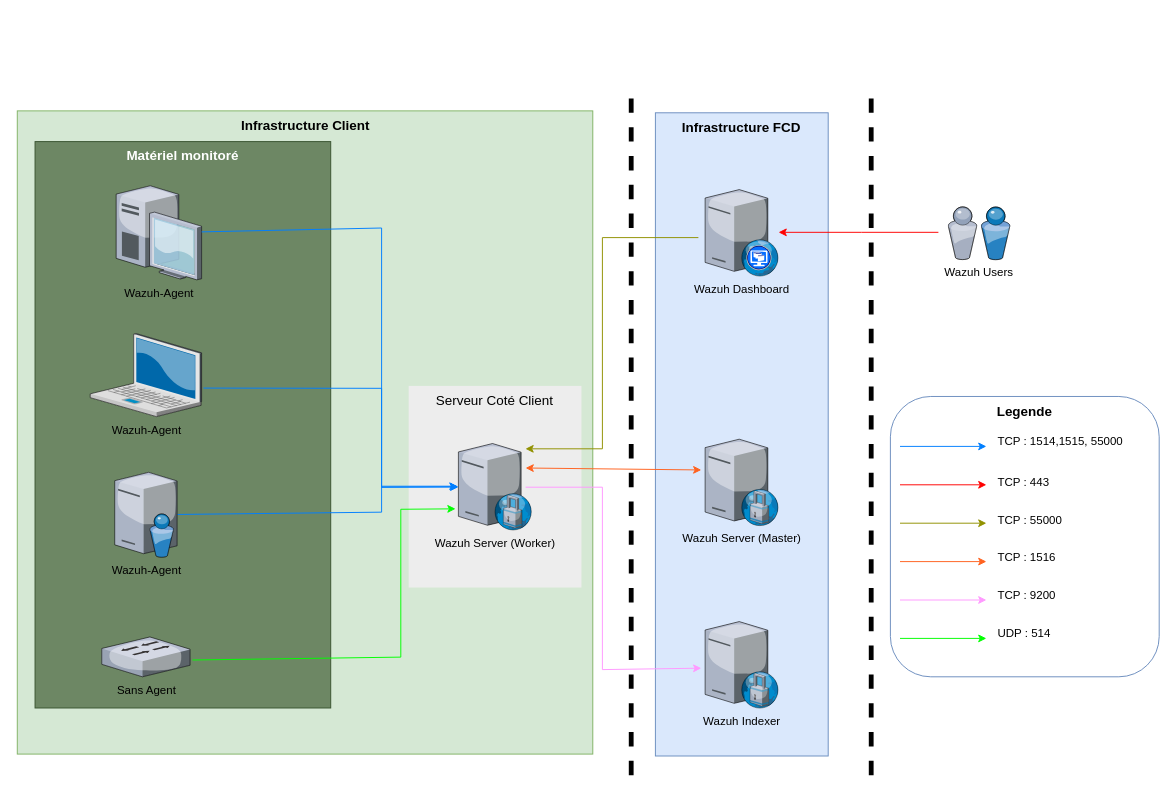
Before: Wazuh coté client.drawio in Melfice60/Wazuh, a draw.io diagram. Source tidied: cells renumbered, new cells numbered last; positions are measured from the earlier drawing's top-left corner, leaving out a move shared by most shapes. Both pictures are drawn from the tidied source at 96%, with x=0, y=0 at pixel (16, 93).
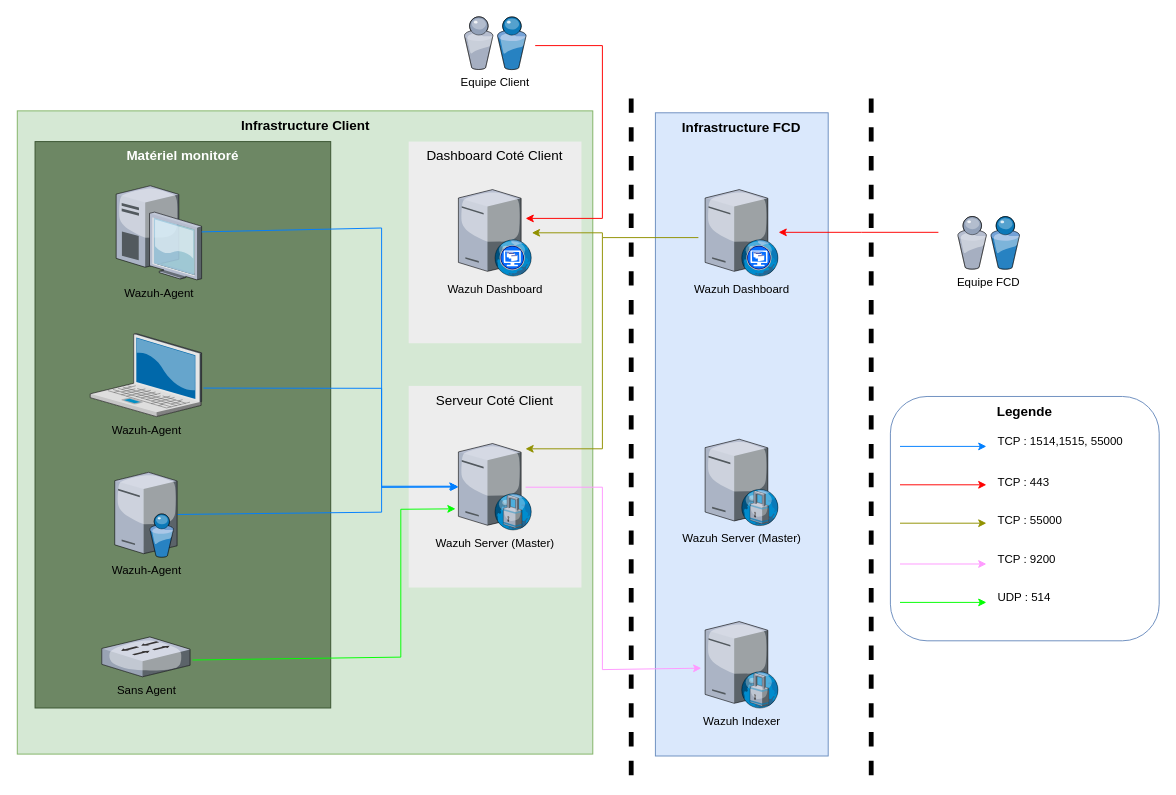
The same page after the edit.

Commit message:
Mettre à jour Wazuh coté client.drawio

The change refers to these unchanged cells:
```xml
<mxCell id="15" value="&lt;div style=&quot;font-size: 12px;&quot;&gt;Wazuh Server (Master)&lt;/div&gt;" style="verticalLabelPosition=bottom;html=1;verticalAlign=top;strokeColor=none;shape=mxgraph.citrix.proxy_server;fillColor=#66B2FF;gradientColor=#0066CC;fontSize=12;" parent="1" vertex="1">
  <mxGeometry x="717" y="360" width="76.5" height="90" as="geometry" />
</mxCell>
```

Diff of the diagram source:
```diff
@@
-    <mxCell id="8" value="&lt;div style=&quot;font-size: 12px;&quot;&gt;Wazuh Server (Worker)&lt;/div&gt;" style="verticalLabelPosition=bottom;html=1;verticalAlign=top;strokeColor=none;shape=mxgraph.citrix.proxy_server;fillColor=#66B2FF;gradientColor=#0066CC;fontSize=12;" parent="1" vertex="1">
+    <mxCell id="8" value="&lt;div style=&quot;font-size: 12px;&quot;&gt;Wazuh Server (Master)&lt;/div&gt;" style="verticalLabelPosition=bottom;html=1;verticalAlign=top;strokeColor=none;shape=mxgraph.citrix.proxy_server;fillColor=#66B2FF;gradientColor=#0066CC;fontSize=12;" parent="1" vertex="1">
       <mxGeometry x="460" y="364.5" width="76.5" height="90" as="geometry" />
     </mxCell>
@@
-    <mxCell id="16" style="endArrow=classic;startArrow=classic;html=1;rounded=0;fillColor=#e1d5e7;strokeColor=#FF621F;entryX=-0.052;entryY=0.356;entryDx=0;entryDy=0;entryPerimeter=0;" parent="1" edge="1" target="15">
-      <mxGeometry relative="1" as="geometry">
-        <mxPoint x="530" y="390" as="sourcePoint" />
-      </mxGeometry>
-    </mxCell>
@@
     <mxCell id="22" value="&lt;b&gt;Legende&lt;/b&gt;" style="whiteSpace=wrap;html=1;fillColor=none;fontSize=14;strokeColor=#6c8ebf;verticalAlign=top;rounded=1;" parent="1" vertex="1">
-      <mxGeometry x="910" y="315.5" width="280" height="292" as="geometry" />
+      <mxGeometry x="910" y="315.5" width="280" height="254.5" as="geometry" />
     </mxCell>
@@
-    <mxCell id="26" style="endArrow=classic;startArrow=none;html=1;rounded=0;fontColor=#007FFF;strokeColor=#FF621F;startFill=0;" parent="1" edge="1">
-      <mxGeometry relative="1" as="geometry">
-        <mxPoint x="920" y="487.5" as="sourcePoint" />
-        <mxPoint x="1010" y="487.5" as="targetPoint" />
-      </mxGeometry>
-    </mxCell>
     <mxCell id="27" style="endArrow=classic;startArrow=none;html=1;rounded=0;fontColor=#007FFF;strokeColor=#FF99FF;startFill=0;" parent="1" edge="1">
       <mxGeometry relative="1" as="geometry">
-        <mxPoint x="920" y="527.5" as="sourcePoint" />
-        <mxPoint x="1010" y="527.5" as="targetPoint" />
+        <mxPoint x="920" y="490" as="sourcePoint" />
+        <mxPoint x="1010" y="490" as="targetPoint" />
       </mxGeometry>
     </mxCell>
     <mxCell id="28" style="endArrow=classic;startArrow=none;html=1;rounded=0;fontColor=#007FFF;strokeColor=#00FF00;startFill=0;" parent="1" edge="1">
       <mxGeometry relative="1" as="geometry">
-        <mxPoint x="920" y="567.5" as="sourcePoint" />
-        <mxPoint x="1010" y="567.5" as="targetPoint" />
+        <mxPoint x="920" y="530" as="sourcePoint" />
+        <mxPoint x="1010" y="530" as="targetPoint" />
       </mxGeometry>
     </mxCell>
@@
-    <mxCell id="32" value="TCP : 1516" style="text;html=1;align=left;verticalAlign=middle;whiteSpace=wrap;rounded=0;" parent="1" vertex="1">
-      <mxGeometry x="1020" y="467.5" width="140" height="30" as="geometry" />
-    </mxCell>
     <mxCell id="33" value="TCP : 9200" style="text;html=1;align=left;verticalAlign=middle;whiteSpace=wrap;rounded=0;" parent="1" vertex="1">
-      <mxGeometry x="1020" y="507.5" width="140" height="30" as="geometry" />
+      <mxGeometry x="1020" y="470" width="140" height="30" as="geometry" />
     </mxCell>
     <mxCell id="34" value="UDP : 514" style="text;html=1;align=left;verticalAlign=middle;whiteSpace=wrap;rounded=0;" parent="1" vertex="1">
-      <mxGeometry x="1020" y="547.5" width="140" height="30" as="geometry" />
+      <mxGeometry x="1020" y="510" width="140" height="30" as="geometry" />
     </mxCell>
@@
-    <mxCell id="37" value="Wazuh Users" style="verticalLabelPosition=bottom;sketch=0;html=1;verticalAlign=top;strokeColor=none;align=center;shape=mxgraph.citrix.users;" parent="1" vertex="1">
-      <mxGeometry x="970" y="118" width="64.5" height="55" as="geometry" />
+    <mxCell id="37" value="Equipe Client" style="verticalLabelPosition=bottom;sketch=0;html=1;verticalAlign=top;strokeColor=none;align=center;shape=mxgraph.citrix.users;" parent="1" vertex="1">
+      <mxGeometry x="466" y="-80" width="64.5" height="55" as="geometry" />
     </mxCell>
+    <mxCell id="38" value="&lt;div&gt;Dashboard Coté Client&lt;/div&gt;" style="whiteSpace=wrap;html=1;fillColor=#EDEDED;fontSize=14;strokeColor=none;verticalAlign=top;" parent="1" vertex="1">
+      <mxGeometry x="408.2" y="50" width="180" height="210" as="geometry" />
+    </mxCell>
+    <mxCell id="39" value="Wazuh Dashboard" style="verticalLabelPosition=bottom;sketch=0;html=1;verticalAlign=top;strokeColor=none;align=center;outlineConnect=0;shape=mxgraph.citrix.desktop_web;" parent="1" vertex="1">
+      <mxGeometry x="460" y="100" width="76.5" height="90" as="geometry" />
+    </mxCell>
+    <mxCell id="40" value="Equipe FCD" style="verticalLabelPosition=bottom;sketch=0;html=1;verticalAlign=top;strokeColor=none;align=center;shape=mxgraph.citrix.users;" parent="1" vertex="1">
+      <mxGeometry x="980" y="128" width="64.5" height="55" as="geometry" />
+    </mxCell>
+    <mxCell id="41" style="endArrow=classic;startArrow=none;html=1;rounded=0;strokeColor=#FF0000;startFill=0;endFill=1;" parent="1" edge="1">
+      <mxGeometry relative="1" as="geometry">
+        <mxPoint x="540" y="-50" as="sourcePoint" />
+        <mxPoint x="530" y="130" as="targetPoint" />
+        <Array as="points">
+          <mxPoint x="610" y="-50" />
+          <mxPoint x="610" y="130" />
+        </Array>
+      </mxGeometry>
+    </mxCell>
+    <mxCell id="42" style="endArrow=classic;startArrow=none;html=1;rounded=0;fontColor=#007FFF;strokeColor=#919100;startFill=0;" parent="1" edge="1" target="39">
+      <mxGeometry relative="1" as="geometry">
+        <mxPoint x="610" y="150" as="sourcePoint" />
+        <Array as="points">
+          <mxPoint x="610" y="145" />
+        </Array>
+      </mxGeometry>
+    </mxCell>
```
